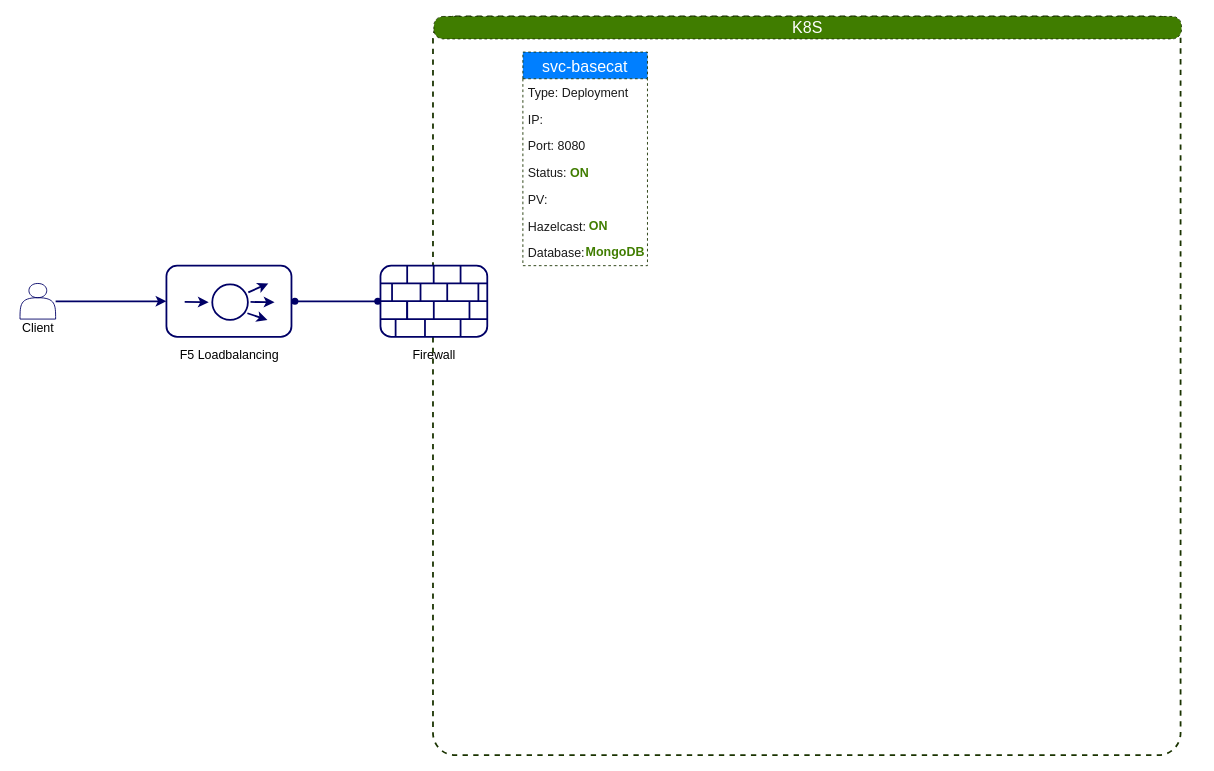
This is Biểu đồ không có tiêu đề.drawio from mitgaming/drawio, a draw.io file, before an edit. Source tidied: cells renumbered, new cells numbered last; positions are measured from the earlier drawing's top-left corner, leaving out a move shared by most shapes. Both pictures are drawn from the tidied source at 89%, with x=0, y=0 at pixel (15, 16).
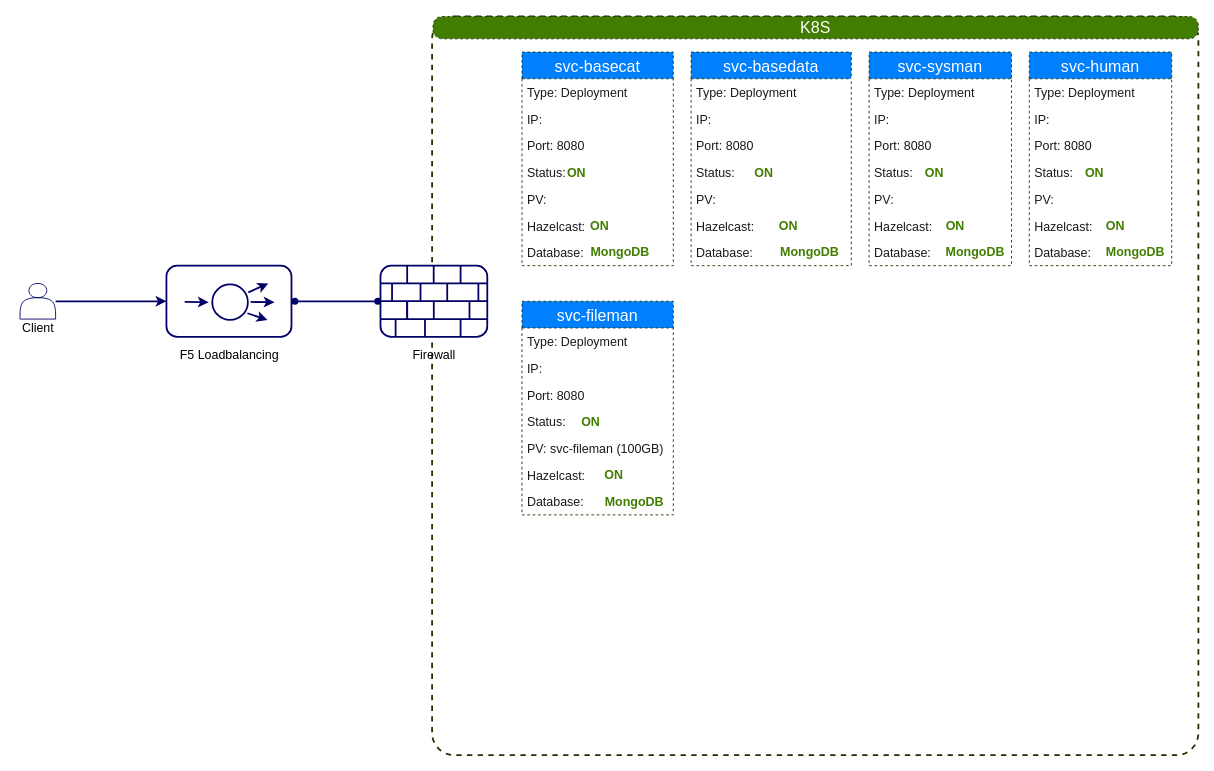
The same diagram, later.

Commit message (it also covers changes not shown here):
Cập nhật Biểu đồ không có tiêu đề.drawio

The edit, as a diff of the source:
```diff
@@
     <mxCell id="18" style="group;" parent="1" vertex="1">
-      <mxGeometry x="470" width="840" height="830" as="geometry" />
+      <mxGeometry x="469" width="860" height="830" as="geometry" />
     </mxCell>
     <mxCell id="19" style="rounded=1;whiteSpace=wrap;html=1;strokeColor=#1A3300;strokeWidth=2;fillColor=none;arcSize=3;dashed=1;" parent="18" vertex="1">
-      <mxGeometry x="-1" width="840" height="830" as="geometry" />
+      <mxGeometry x="-1" width="861" height="830" as="geometry" />
     </mxCell>
     <mxCell id="20" value="&lt;font color=&quot;#ffffff&quot; style=&quot;font-size: 18px&quot;&gt;K8S&lt;/font&gt;" style="rounded=1;whiteSpace=wrap;html=1;dashed=1;fontSize=14;strokeColor=#1A3300;strokeWidth=1;fillColor=#407D00;arcSize=41;" parent="18" vertex="1">
-      <mxGeometry width="840" height="25.2" as="geometry" />
+      <mxGeometry width="860" height="25.1" as="geometry" />
     </mxCell>
     <mxCell id="21" style="group;" parent="18" vertex="1">
-      <mxGeometry x="100" y="40" width="140" height="240" as="geometry" />
+      <mxGeometry x="100" y="40" width="170" height="240" as="geometry" />
     </mxCell>
     <mxCell id="22" value="svc-basecat" style="swimlane;fontStyle=0;horizontal=1;startSize=30;dashed=1;fontSize=18;fontColor=#FFFFFF;strokeColor=#1A3300;strokeWidth=1;fillColor=#007FFF;" parent="21" vertex="1">
-      <mxGeometry width="140" height="240" as="geometry" />
+      <mxGeometry width="170" height="240" as="geometry" />
     </mxCell>
     <mxCell id="23" value="Type: Deployment" style="text;strokeColor=none;fillColor=none;align=left;verticalAlign=middle;spacingLeft=4;spacingRight=4;overflow=hidden;dashed=1;fontSize=14;fontColor=#1A1A1A;" parent="22" vertex="1">
-      <mxGeometry y="30" width="140" height="30" as="geometry" />
+      <mxGeometry y="30" width="170" height="30" as="geometry" />
     </mxCell>
     <mxCell id="24" value="IP:" style="text;strokeColor=none;fillColor=none;align=left;verticalAlign=middle;spacingLeft=4;spacingRight=4;overflow=hidden;dashed=1;fontSize=14;fontColor=#1A1A1A;" parent="22" vertex="1">
-      <mxGeometry y="60" width="140" height="30" as="geometry" />
+      <mxGeometry y="60" width="170" height="30" as="geometry" />
     </mxCell>
     <mxCell id="25" value="Port: 8080" style="text;strokeColor=none;fillColor=none;align=left;verticalAlign=middle;spacingLeft=4;spacingRight=4;overflow=hidden;dashed=1;fontSize=14;fontColor=#1A1A1A;" parent="22" vertex="1">
-      <mxGeometry y="90" width="140" height="30" as="geometry" />
+      <mxGeometry y="90" width="170" height="30" as="geometry" />
     </mxCell>
     <mxCell id="26" value="Status: " style="text;strokeColor=none;fillColor=none;align=left;verticalAlign=middle;spacingLeft=4;spacingRight=4;overflow=hidden;dashed=1;fontSize=14;fontColor=#1A1A1A;imageAspect=0;" parent="22" vertex="1">
-      <mxGeometry y="120" width="140" height="30" as="geometry" />
+      <mxGeometry y="120" width="170" height="30" as="geometry" />
     </mxCell>
     <mxCell id="27" value="PV:" style="text;strokeColor=none;fillColor=none;align=left;verticalAlign=middle;spacingLeft=4;spacingRight=4;overflow=hidden;dashed=1;fontSize=14;fontColor=#1A1A1A;" parent="22" vertex="1">
-      <mxGeometry y="150" width="140" height="30" as="geometry" />
+      <mxGeometry y="150" width="170" height="30" as="geometry" />
     </mxCell>
     <mxCell id="28" value="Hazelcast: " style="text;strokeColor=none;fillColor=none;align=left;verticalAlign=middle;spacingLeft=4;spacingRight=4;overflow=hidden;dashed=1;fontSize=14;fontColor=#1A1A1A;" parent="22" vertex="1">
-      <mxGeometry y="180" width="140" height="30" as="geometry" />
+      <mxGeometry y="180" width="170" height="30" as="geometry" />
     </mxCell>
     <mxCell id="29" value="Database:" style="text;strokeColor=none;fillColor=none;align=left;verticalAlign=middle;spacingLeft=4;spacingRight=4;overflow=hidden;dashed=1;fontSize=14;fontColor=#1A1A1A;" parent="22" vertex="1">
-      <mxGeometry y="210" width="140" height="30" as="geometry" />
+      <mxGeometry y="210" width="170" height="30" as="geometry" />
     </mxCell>
     <mxCell id="30" value="&lt;b&gt;ON&lt;/b&gt;" style="text;html=1;strokeColor=none;fillColor=none;align=center;verticalAlign=middle;whiteSpace=wrap;rounded=0;dashed=1;fontSize=14;fontColor=#407D00;" parent="21" vertex="1">
-      <mxGeometry x="47" y="121" width="34" height="30" as="geometry" />
+      <mxGeometry x="41.1" y="121" width="41.3" height="30" as="geometry" />
     </mxCell>
     <mxCell id="31" value="&lt;b&gt;ON&lt;/b&gt;" style="text;html=1;strokeColor=none;fillColor=none;align=center;verticalAlign=middle;whiteSpace=wrap;rounded=0;dashed=1;fontSize=14;fontColor=#407D00;" parent="21" vertex="1">
-      <mxGeometry x="63" y="180" width="44" height="30" as="geometry" />
+      <mxGeometry x="60.5" y="180" width="53.4" height="30" as="geometry" />
     </mxCell>
     <mxCell id="32" value="&lt;b&gt;MongoDB&lt;/b&gt;" style="text;html=1;strokeColor=none;fillColor=none;align=center;verticalAlign=middle;whiteSpace=wrap;rounded=0;dashed=1;fontSize=14;fontColor=#407D00;" parent="21" vertex="1">
-      <mxGeometry x="74" y="210" width="60" height="30" as="geometry" />
+      <mxGeometry x="73.9" y="210" width="72.9" height="30" as="geometry" />
     </mxCell>
+    <mxCell id="53" style="group;" parent="18" vertex="1">
+      <mxGeometry x="490" y="40" width="160" height="240" as="geometry" />
+    </mxCell>
+    <mxCell id="54" value="svc-sysman" style="swimlane;fontStyle=0;horizontal=1;startSize=30;dashed=1;fontSize=18;fontColor=#FFFFFF;strokeColor=#1A3300;strokeWidth=1;fillColor=#007FFF;" parent="53" vertex="1">
+      <mxGeometry width="160" height="240" as="geometry" />
+    </mxCell>
+    <mxCell id="55" value="Type: Deployment" style="text;strokeColor=none;fillColor=none;align=left;verticalAlign=middle;spacingLeft=4;spacingRight=4;overflow=hidden;dashed=1;fontSize=14;fontColor=#1A1A1A;" parent="54" vertex="1">
+      <mxGeometry y="30" width="160" height="30" as="geometry" />
+    </mxCell>
+    <mxCell id="56" value="IP:" style="text;strokeColor=none;fillColor=none;align=left;verticalAlign=middle;spacingLeft=4;spacingRight=4;overflow=hidden;dashed=1;fontSize=14;fontColor=#1A1A1A;" parent="54" vertex="1">
+      <mxGeometry y="60" width="160" height="30" as="geometry" />
+    </mxCell>
+    <mxCell id="57" value="Port: 8080" style="text;strokeColor=none;fillColor=none;align=left;verticalAlign=middle;spacingLeft=4;spacingRight=4;overflow=hidden;dashed=1;fontSize=14;fontColor=#1A1A1A;" parent="54" vertex="1">
+      <mxGeometry y="90" width="160" height="30" as="geometry" />
+    </mxCell>
+    <mxCell id="58" value="Status: " style="text;strokeColor=none;fillColor=none;align=left;verticalAlign=middle;spacingLeft=4;spacingRight=4;overflow=hidden;dashed=1;fontSize=14;fontColor=#1A1A1A;imageAspect=0;" parent="54" vertex="1">
+      <mxGeometry y="120" width="160" height="30" as="geometry" />
+    </mxCell>
+    <mxCell id="59" value="PV:" style="text;strokeColor=none;fillColor=none;align=left;verticalAlign=middle;spacingLeft=4;spacingRight=4;overflow=hidden;dashed=1;fontSize=14;fontColor=#1A1A1A;" parent="54" vertex="1">
+      <mxGeometry y="150" width="160" height="30" as="geometry" />
+    </mxCell>
+    <mxCell id="60" value="Hazelcast: " style="text;strokeColor=none;fillColor=none;align=left;verticalAlign=middle;spacingLeft=4;spacingRight=4;overflow=hidden;dashed=1;fontSize=14;fontColor=#1A1A1A;" parent="54" vertex="1">
+      <mxGeometry y="180" width="160" height="30" as="geometry" />
+    </mxCell>
+    <mxCell id="61" value="Database:" style="text;strokeColor=none;fillColor=none;align=left;verticalAlign=middle;spacingLeft=4;spacingRight=4;overflow=hidden;dashed=1;fontSize=14;fontColor=#1A1A1A;" parent="54" vertex="1">
+      <mxGeometry y="210" width="160" height="30" as="geometry" />
+    </mxCell>
+    <mxCell id="62" value="&lt;b&gt;ON&lt;/b&gt;" style="text;html=1;strokeColor=none;fillColor=none;align=center;verticalAlign=middle;whiteSpace=wrap;rounded=0;dashed=1;fontSize=14;fontColor=#407D00;" parent="53" vertex="1">
+      <mxGeometry x="53.7" y="121" width="38.9" height="30" as="geometry" />
+    </mxCell>
+    <mxCell id="63" value="&lt;b&gt;ON&lt;/b&gt;" style="text;html=1;strokeColor=none;fillColor=none;align=center;verticalAlign=middle;whiteSpace=wrap;rounded=0;dashed=1;fontSize=14;fontColor=#407D00;" parent="53" vertex="1">
+      <mxGeometry x="72" y="180" width="50.3" height="30" as="geometry" />
+    </mxCell>
+    <mxCell id="64" value="&lt;b&gt;MongoDB&lt;/b&gt;" style="text;html=1;strokeColor=none;fillColor=none;align=center;verticalAlign=middle;whiteSpace=wrap;rounded=0;dashed=1;fontSize=14;fontColor=#407D00;" parent="53" vertex="1">
+      <mxGeometry x="84.6" y="210" width="68.6" height="30" as="geometry" />
+    </mxCell>
+    <mxCell id="65" style="group;" parent="18" vertex="1">
+      <mxGeometry x="100" y="320" width="170" height="240" as="geometry" />
+    </mxCell>
+    <mxCell id="66" value="svc-fileman" style="swimlane;fontStyle=0;horizontal=1;startSize=30;dashed=1;fontSize=18;fontColor=#FFFFFF;strokeColor=#1A3300;strokeWidth=1;fillColor=#007FFF;" parent="65" vertex="1">
+      <mxGeometry width="170" height="240" as="geometry" />
+    </mxCell>
+    <mxCell id="67" value="Type: Deployment" style="text;strokeColor=none;fillColor=none;align=left;verticalAlign=middle;spacingLeft=4;spacingRight=4;overflow=hidden;dashed=1;fontSize=14;fontColor=#1A1A1A;" parent="66" vertex="1">
+      <mxGeometry y="30" width="170" height="30" as="geometry" />
+    </mxCell>
+    <mxCell id="68" value="IP:" style="text;strokeColor=none;fillColor=none;align=left;verticalAlign=middle;spacingLeft=4;spacingRight=4;overflow=hidden;dashed=1;fontSize=14;fontColor=#1A1A1A;" parent="66" vertex="1">
+      <mxGeometry y="60" width="170" height="30" as="geometry" />
+    </mxCell>
+    <mxCell id="69" value="Port: 8080" style="text;strokeColor=none;fillColor=none;align=left;verticalAlign=middle;spacingLeft=4;spacingRight=4;overflow=hidden;dashed=1;fontSize=14;fontColor=#1A1A1A;" parent="66" vertex="1">
+      <mxGeometry y="90" width="170" height="30" as="geometry" />
+    </mxCell>
+    <mxCell id="70" value="Status: " style="text;strokeColor=none;fillColor=none;align=left;verticalAlign=middle;spacingLeft=4;spacingRight=4;overflow=hidden;dashed=1;fontSize=14;fontColor=#1A1A1A;imageAspect=0;" parent="66" vertex="1">
+      <mxGeometry y="120" width="170" height="30" as="geometry" />
+    </mxCell>
+    <mxCell id="71" value="PV: svc-fileman (100GB)" style="text;strokeColor=none;fillColor=none;align=left;verticalAlign=middle;spacingLeft=4;spacingRight=4;overflow=hidden;dashed=1;fontSize=14;fontColor=#1A1A1A;" parent="66" vertex="1">
+      <mxGeometry y="150" width="170" height="30" as="geometry" />
+    </mxCell>
+    <mxCell id="72" value="Hazelcast: " style="text;strokeColor=none;fillColor=none;align=left;verticalAlign=middle;spacingLeft=4;spacingRight=4;overflow=hidden;dashed=1;fontSize=14;fontColor=#1A1A1A;" parent="66" vertex="1">
+      <mxGeometry y="180" width="170" height="30" as="geometry" />
+    </mxCell>
+    <mxCell id="73" value="Database:" style="text;strokeColor=none;fillColor=none;align=left;verticalAlign=middle;spacingLeft=4;spacingRight=4;overflow=hidden;dashed=1;fontSize=14;fontColor=#1A1A1A;" parent="66" vertex="1">
+      <mxGeometry y="210" width="170" height="30" as="geometry" />
+    </mxCell>
+    <mxCell id="74" value="&lt;b&gt;ON&lt;/b&gt;" style="text;html=1;strokeColor=none;fillColor=none;align=center;verticalAlign=middle;whiteSpace=wrap;rounded=0;dashed=1;fontSize=14;fontColor=#407D00;" parent="65" vertex="1">
+      <mxGeometry x="57.1" y="121" width="41.3" height="30" as="geometry" />
+    </mxCell>
+    <mxCell id="75" value="&lt;b&gt;ON&lt;/b&gt;" style="text;html=1;strokeColor=none;fillColor=none;align=center;verticalAlign=middle;whiteSpace=wrap;rounded=0;dashed=1;fontSize=14;fontColor=#407D00;" parent="65" vertex="1">
+      <mxGeometry x="76.5" y="180" width="53.4" height="30" as="geometry" />
+    </mxCell>
+    <mxCell id="76" value="&lt;b&gt;MongoDB&lt;/b&gt;" style="text;html=1;strokeColor=none;fillColor=none;align=center;verticalAlign=middle;whiteSpace=wrap;rounded=0;dashed=1;fontSize=14;fontColor=#407D00;" parent="65" vertex="1">
+      <mxGeometry x="89.9" y="210" width="72.9" height="30" as="geometry" />
+    </mxCell>
+    <mxCell id="77" style="group;" parent="18" vertex="1">
+      <mxGeometry x="290" y="40" width="180" height="240" as="geometry" />
+    </mxCell>
+    <mxCell id="78" value="svc-basedata" style="swimlane;fontStyle=0;horizontal=1;startSize=30;dashed=1;fontSize=18;fontColor=#FFFFFF;strokeColor=#1A3300;strokeWidth=1;fillColor=#007FFF;" parent="77" vertex="1">
+      <mxGeometry width="180" height="240" as="geometry" />
+    </mxCell>
+    <mxCell id="79" value="Type: Deployment" style="text;strokeColor=none;fillColor=none;align=left;verticalAlign=middle;spacingLeft=4;spacingRight=4;overflow=hidden;dashed=1;fontSize=14;fontColor=#1A1A1A;" parent="78" vertex="1">
+      <mxGeometry y="30" width="180" height="30" as="geometry" />
+    </mxCell>
+    <mxCell id="80" value="IP:" style="text;strokeColor=none;fillColor=none;align=left;verticalAlign=middle;spacingLeft=4;spacingRight=4;overflow=hidden;dashed=1;fontSize=14;fontColor=#1A1A1A;" parent="78" vertex="1">
+      <mxGeometry y="60" width="180" height="30" as="geometry" />
+    </mxCell>
+    <mxCell id="81" value="Port: 8080" style="text;strokeColor=none;fillColor=none;align=left;verticalAlign=middle;spacingLeft=4;spacingRight=4;overflow=hidden;dashed=1;fontSize=14;fontColor=#1A1A1A;" parent="78" vertex="1">
+      <mxGeometry y="90" width="180" height="30" as="geometry" />
+    </mxCell>
+    <mxCell id="82" value="Status: " style="text;strokeColor=none;fillColor=none;align=left;verticalAlign=middle;spacingLeft=4;spacingRight=4;overflow=hidden;dashed=1;fontSize=14;fontColor=#1A1A1A;imageAspect=0;" parent="78" vertex="1">
+      <mxGeometry y="120" width="180" height="30" as="geometry" />
+    </mxCell>
+    <mxCell id="83" value="PV:" style="text;strokeColor=none;fillColor=none;align=left;verticalAlign=middle;spacingLeft=4;spacingRight=4;overflow=hidden;dashed=1;fontSize=14;fontColor=#1A1A1A;" parent="78" vertex="1">
+      <mxGeometry y="150" width="180" height="30" as="geometry" />
+    </mxCell>
+    <mxCell id="84" value="Hazelcast: " style="text;strokeColor=none;fillColor=none;align=left;verticalAlign=middle;spacingLeft=4;spacingRight=4;overflow=hidden;dashed=1;fontSize=14;fontColor=#1A1A1A;" parent="78" vertex="1">
+      <mxGeometry y="180" width="180" height="30" as="geometry" />
+    </mxCell>
+    <mxCell id="85" value="Database:" style="text;strokeColor=none;fillColor=none;align=left;verticalAlign=middle;spacingLeft=4;spacingRight=4;overflow=hidden;dashed=1;fontSize=14;fontColor=#1A1A1A;" parent="78" vertex="1">
+      <mxGeometry y="210" width="180" height="30" as="geometry" />
+    </mxCell>
+    <mxCell id="86" value="&lt;b&gt;ON&lt;/b&gt;" style="text;html=1;strokeColor=none;fillColor=none;align=center;verticalAlign=middle;whiteSpace=wrap;rounded=0;dashed=1;fontSize=14;fontColor=#407D00;" parent="77" vertex="1">
+      <mxGeometry x="60.4" y="121" width="43.7" height="30" as="geometry" />
+    </mxCell>
+    <mxCell id="87" value="&lt;b&gt;ON&lt;/b&gt;" style="text;html=1;strokeColor=none;fillColor=none;align=center;verticalAlign=middle;whiteSpace=wrap;rounded=0;dashed=1;fontSize=14;fontColor=#407D00;" parent="77" vertex="1">
+      <mxGeometry x="81" y="180" width="56.6" height="30" as="geometry" />
+    </mxCell>
+    <mxCell id="88" value="&lt;b&gt;MongoDB&lt;/b&gt;" style="text;html=1;strokeColor=none;fillColor=none;align=center;verticalAlign=middle;whiteSpace=wrap;rounded=0;dashed=1;fontSize=14;fontColor=#407D00;" parent="77" vertex="1">
+      <mxGeometry x="95.1" y="210" width="77.1" height="30" as="geometry" />
+    </mxCell>
+    <mxCell id="89" style="group;" parent="18" vertex="1">
+      <mxGeometry x="670" y="40" width="160" height="240" as="geometry" />
+    </mxCell>
+    <mxCell id="90" value="svc-human" style="swimlane;fontStyle=0;horizontal=1;startSize=30;dashed=1;fontSize=18;fontColor=#FFFFFF;strokeColor=#1A3300;strokeWidth=1;fillColor=#007FFF;" parent="89" vertex="1">
+      <mxGeometry width="160" height="240" as="geometry" />
+    </mxCell>
+    <mxCell id="91" value="Type: Deployment" style="text;strokeColor=none;fillColor=none;align=left;verticalAlign=middle;spacingLeft=4;spacingRight=4;overflow=hidden;dashed=1;fontSize=14;fontColor=#1A1A1A;" parent="90" vertex="1">
+      <mxGeometry y="30" width="160" height="30" as="geometry" />
+    </mxCell>
+    <mxCell id="92" value="IP:" style="text;strokeColor=none;fillColor=none;align=left;verticalAlign=middle;spacingLeft=4;spacingRight=4;overflow=hidden;dashed=1;fontSize=14;fontColor=#1A1A1A;" parent="90" vertex="1">
+      <mxGeometry y="60" width="160" height="30" as="geometry" />
+    </mxCell>
+    <mxCell id="93" value="Port: 8080" style="text;strokeColor=none;fillColor=none;align=left;verticalAlign=middle;spacingLeft=4;spacingRight=4;overflow=hidden;dashed=1;fontSize=14;fontColor=#1A1A1A;" parent="90" vertex="1">
+      <mxGeometry y="90" width="160" height="30" as="geometry" />
+    </mxCell>
+    <mxCell id="94" value="Status: " style="text;strokeColor=none;fillColor=none;align=left;verticalAlign=middle;spacingLeft=4;spacingRight=4;overflow=hidden;dashed=1;fontSize=14;fontColor=#1A1A1A;imageAspect=0;" parent="90" vertex="1">
+      <mxGeometry y="120" width="160" height="30" as="geometry" />
+    </mxCell>
+    <mxCell id="95" value="PV:" style="text;strokeColor=none;fillColor=none;align=left;verticalAlign=middle;spacingLeft=4;spacingRight=4;overflow=hidden;dashed=1;fontSize=14;fontColor=#1A1A1A;" parent="90" vertex="1">
+      <mxGeometry y="150" width="160" height="30" as="geometry" />
+    </mxCell>
+    <mxCell id="96" value="Hazelcast: " style="text;strokeColor=none;fillColor=none;align=left;verticalAlign=middle;spacingLeft=4;spacingRight=4;overflow=hidden;dashed=1;fontSize=14;fontColor=#1A1A1A;" parent="90" vertex="1">
+      <mxGeometry y="180" width="160" height="30" as="geometry" />
+    </mxCell>
+    <mxCell id="97" value="Database:" style="text;strokeColor=none;fillColor=none;align=left;verticalAlign=middle;spacingLeft=4;spacingRight=4;overflow=hidden;dashed=1;fontSize=14;fontColor=#1A1A1A;" parent="90" vertex="1">
+      <mxGeometry y="210" width="160" height="30" as="geometry" />
+    </mxCell>
+    <mxCell id="98" value="&lt;b&gt;ON&lt;/b&gt;" style="text;html=1;strokeColor=none;fillColor=none;align=center;verticalAlign=middle;whiteSpace=wrap;rounded=0;dashed=1;fontSize=14;fontColor=#407D00;" parent="89" vertex="1">
+      <mxGeometry x="53.7" y="121" width="38.9" height="30" as="geometry" />
+    </mxCell>
+    <mxCell id="99" value="&lt;b&gt;ON&lt;/b&gt;" style="text;html=1;strokeColor=none;fillColor=none;align=center;verticalAlign=middle;whiteSpace=wrap;rounded=0;dashed=1;fontSize=14;fontColor=#407D00;" parent="89" vertex="1">
+      <mxGeometry x="72" y="180" width="50.3" height="30" as="geometry" />
+    </mxCell>
+    <mxCell id="100" value="&lt;b&gt;MongoDB&lt;/b&gt;" style="text;html=1;strokeColor=none;fillColor=none;align=center;verticalAlign=middle;whiteSpace=wrap;rounded=0;dashed=1;fontSize=14;fontColor=#407D00;" parent="89" vertex="1">
+      <mxGeometry x="84.6" y="210" width="68.6" height="30" as="geometry" />
+    </mxCell>
```
